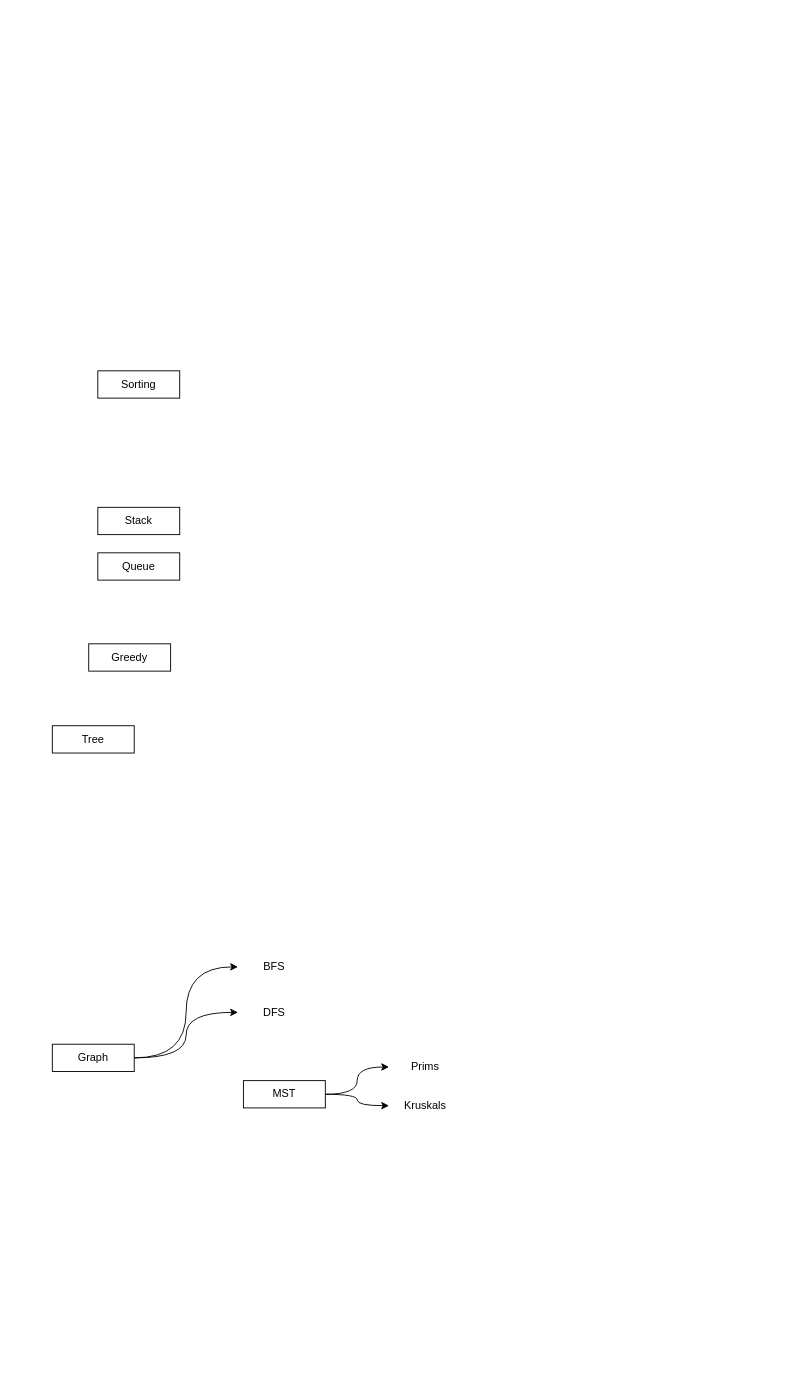
Above: DAA.drawio in haoboliu66/Diagram (draw.io), before the change. Source tidied: cells renumbered, new cells numbered last; positions are measured from the earlier drawing's top-left corner, leaving out a move shared by most shapes. Both pictures are drawn from the tidied source at 91%, with x=0, y=0 at pixel (52, 370).
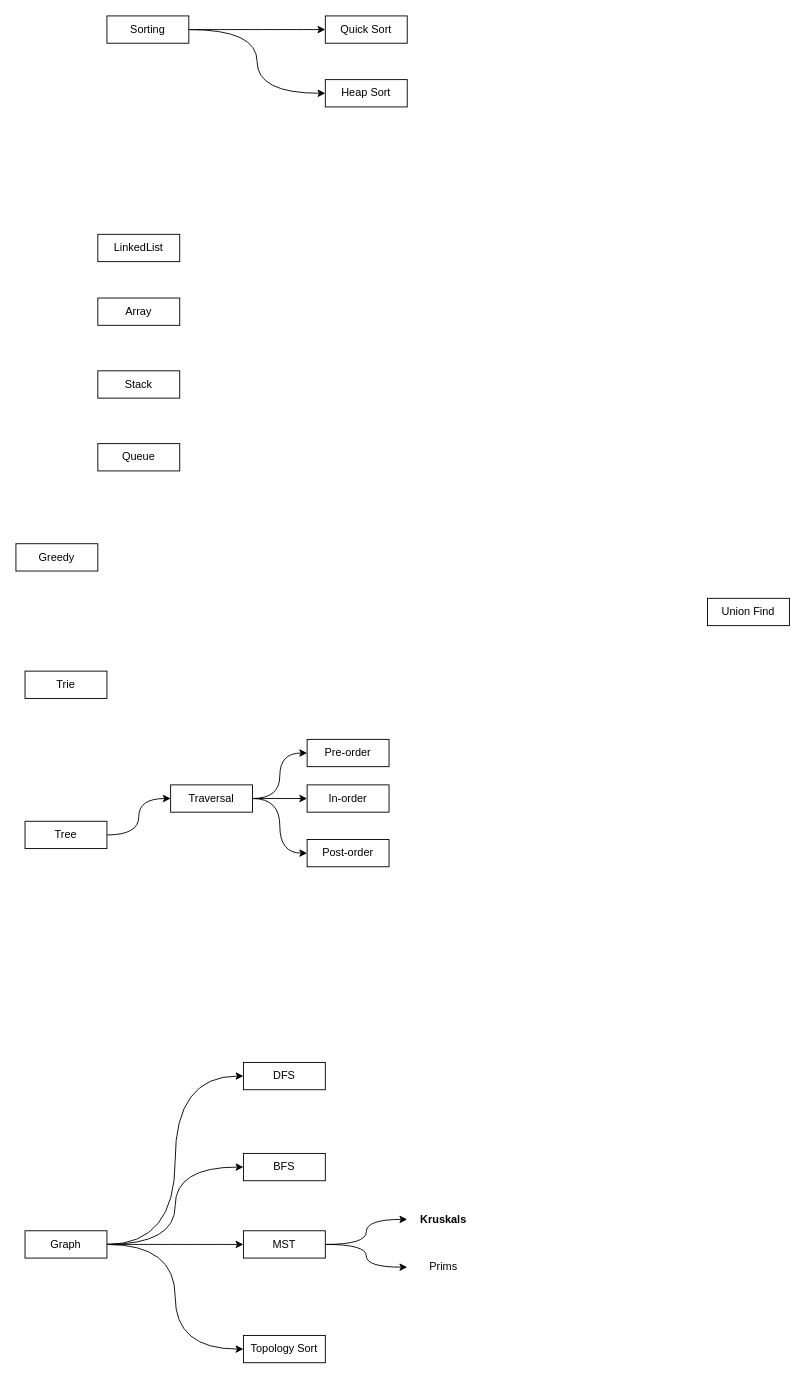
After the change.

Diff of the diagram source:
```diff
@@
+    <mxCell id="17" style="edgeStyle=orthogonalEdgeStyle;rounded=0;jettySize=auto;html=1;entryX=0;entryY=0.5;entryDx=0;entryDy=0;curved=1;" parent="1" edge="1" source="4" target="13">
+      <mxGeometry relative="1" as="geometry" />
+    </mxCell>
+    <mxCell id="3" style="edgeStyle=orthogonalEdgeStyle;shape=connector;curved=1;rounded=0;jettySize=auto;html=1;entryX=0;entryY=0.5;entryDx=0;entryDy=0;strokeColor=default;align=center;verticalAlign=middle;fontFamily=Helvetica;fontSize=11;fontColor=default;labelBackgroundColor=default;endArrow=classic;" parent="1" edge="1" source="4" target="15">
+      <mxGeometry relative="1" as="geometry" />
+    </mxCell>
@@
-    <mxCell id="3" style="edgeStyle=orthogonalEdgeStyle;shape=connector;curved=1;rounded=0;jettySize=auto;html=1;entryX=0;entryY=0.5;entryDx=0;entryDy=0;strokeColor=default;align=center;verticalAlign=middle;fontFamily=Helvetica;fontSize=11;fontColor=default;labelBackgroundColor=default;endArrow=classic;" parent="1" edge="1" source="4" target="15">
-      <mxGeometry relative="1" as="geometry" />
-    </mxCell>
+    <mxCell id="18" style="edgeStyle=orthogonalEdgeStyle;shape=connector;curved=1;rounded=0;jettySize=auto;html=1;entryX=0;entryY=0.5;entryDx=0;entryDy=0;strokeColor=default;align=center;verticalAlign=middle;fontFamily=Helvetica;fontSize=11;fontColor=default;labelBackgroundColor=default;endArrow=classic;" parent="1" edge="1" source="4" target="31">
+      <mxGeometry relative="1" as="geometry" />
+    </mxCell>
     <mxCell id="4" value="Graph" style="rounded=0;whiteSpace=wrap;html=1;" parent="1" vertex="1">
-      <mxGeometry y="740" width="90" height="30" as="geometry" />
+      <mxGeometry x="-30" y="945" width="90" height="30" as="geometry" />
     </mxCell>
     <mxCell id="5" value="Prims" style="text;html=1;align=center;verticalAlign=middle;whiteSpace=wrap;rounded=0;" parent="1" vertex="1">
-      <mxGeometry x="370" y="750" width="80" height="30" as="geometry" />
+      <mxGeometry x="390" y="970" width="80" height="30" as="geometry" />
     </mxCell>
     <mxCell id="6" value="Stack" style="rounded=0;whiteSpace=wrap;html=1;" parent="1" vertex="1">
-      <mxGeometry x="50" y="150" width="90" height="30" as="geometry" />
+      <mxGeometry x="50" width="90" height="30" as="geometry" />
     </mxCell>
     <mxCell id="7" value="Queue" style="rounded=0;whiteSpace=wrap;html=1;" parent="1" vertex="1">
-      <mxGeometry x="50" y="200" width="90" height="30" as="geometry" />
+      <mxGeometry x="50" y="80" width="90" height="30" as="geometry" />
     </mxCell>
+    <mxCell id="19" style="edgeStyle=orthogonalEdgeStyle;shape=connector;curved=1;rounded=0;jettySize=auto;html=1;entryX=0;entryY=0.5;entryDx=0;entryDy=0;strokeColor=default;align=center;verticalAlign=middle;fontFamily=Helvetica;fontSize=11;fontColor=default;labelBackgroundColor=default;endArrow=classic;" parent="1" edge="1" source="8" target="26">
+      <mxGeometry relative="1" as="geometry" />
+    </mxCell>
     <mxCell id="8" value="Tree" style="rounded=0;whiteSpace=wrap;html=1;" parent="1" vertex="1">
-      <mxGeometry y="390" width="90" height="30" as="geometry" />
+      <mxGeometry x="-30" y="495" width="90" height="30" as="geometry" />
     </mxCell>
     <mxCell id="9" value="Greedy" style="rounded=0;whiteSpace=wrap;html=1;" parent="1" vertex="1">
-      <mxGeometry x="40" y="300" width="90" height="30" as="geometry" />
+      <mxGeometry x="-40" y="190" width="90" height="30" as="geometry" />
     </mxCell>
-    <mxCell id="10" value="Kruskals" style="text;html=1;align=center;verticalAlign=middle;whiteSpace=wrap;rounded=0;" parent="1" vertex="1">
-      <mxGeometry x="370" y="795" width="80" height="25" as="geometry" />
+    <mxCell id="10" value="Kruskals" style="text;html=1;align=center;verticalAlign=middle;whiteSpace=wrap;rounded=0;fontStyle=1;" parent="1" vertex="1">
+      <mxGeometry x="390" y="920" width="80" height="25" as="geometry" />
     </mxCell>
@@
     <mxCell id="13" value="MST" style="rounded=0;whiteSpace=wrap;html=1;" parent="1" vertex="1">
-      <mxGeometry x="210" y="780" width="90" height="30" as="geometry" />
+      <mxGeometry x="210" y="945" width="90" height="30" as="geometry" />
     </mxCell>
+    <mxCell id="20" style="edgeStyle=orthogonalEdgeStyle;shape=connector;curved=1;rounded=0;jettySize=auto;html=1;entryX=0;entryY=0.5;entryDx=0;entryDy=0;strokeColor=default;align=center;verticalAlign=middle;fontFamily=Helvetica;fontSize=11;fontColor=default;labelBackgroundColor=default;endArrow=classic;" parent="1" edge="1" source="16" target="30">
+      <mxGeometry relative="1" as="geometry" />
+    </mxCell>
+    <mxCell id="21" style="edgeStyle=orthogonalEdgeStyle;shape=connector;curved=1;rounded=0;jettySize=auto;html=1;strokeColor=default;align=center;verticalAlign=middle;fontFamily=Helvetica;fontSize=11;fontColor=default;labelBackgroundColor=default;endArrow=classic;" parent="1" edge="1" source="16" target="32">
+      <mxGeometry relative="1" as="geometry" />
+    </mxCell>
+    <mxCell id="16" value="Sorting" style="rounded=0;whiteSpace=wrap;html=1;" parent="1" vertex="1">
+      <mxGeometry x="60" y="-390" width="90" height="30" as="geometry" />
+    </mxCell>
+    <mxCell id="22" value="Union Find" style="rounded=0;whiteSpace=wrap;html=1;" parent="1" vertex="1">
+      <mxGeometry x="720" y="250" width="90" height="30" as="geometry" />
+    </mxCell>
+    <mxCell id="23" style="edgeStyle=orthogonalEdgeStyle;rounded=0;jettySize=auto;html=1;entryX=0;entryY=0.5;entryDx=0;entryDy=0;curved=1;" parent="1" edge="1" source="26" target="27">
+      <mxGeometry relative="1" as="geometry" />
+    </mxCell>
+    <mxCell id="24" style="edgeStyle=orthogonalEdgeStyle;rounded=0;jettySize=auto;html=1;" parent="1" edge="1" source="26" target="28">
+      <mxGeometry relative="1" as="geometry" />
+    </mxCell>
+    <mxCell id="25" style="edgeStyle=orthogonalEdgeStyle;rounded=0;jettySize=auto;html=1;entryX=0;entryY=0.5;entryDx=0;entryDy=0;curved=1;" parent="1" edge="1" source="26" target="29">
+      <mxGeometry relative="1" as="geometry" />
+    </mxCell>
+    <mxCell id="26" value="Traversal" style="rounded=0;whiteSpace=wrap;html=1;" parent="1" vertex="1">
+      <mxGeometry x="130" y="455" width="90" height="30" as="geometry" />
+    </mxCell>
+    <mxCell id="27" value="Pre-order" style="rounded=0;whiteSpace=wrap;html=1;" parent="1" vertex="1">
+      <mxGeometry x="280" y="405" width="90" height="30" as="geometry" />
+    </mxCell>
+    <mxCell id="28" value="In-order" style="rounded=0;whiteSpace=wrap;html=1;" parent="1" vertex="1">
+      <mxGeometry x="280" y="455" width="90" height="30" as="geometry" />
+    </mxCell>
+    <mxCell id="29" value="Post-order" style="rounded=0;whiteSpace=wrap;html=1;" parent="1" vertex="1">
+      <mxGeometry x="280" y="515" width="90" height="30" as="geometry" />
+    </mxCell>
+    <mxCell id="30" value="Heap Sort" style="rounded=0;whiteSpace=wrap;html=1;" parent="1" vertex="1">
+      <mxGeometry x="300" y="-320" width="90" height="30" as="geometry" />
+    </mxCell>
+    <mxCell id="15" value="DFS" style="rounded=0;whiteSpace=wrap;html=1;" parent="1" vertex="1">
+      <mxGeometry x="210" y="760" width="90" height="30" as="geometry" />
+    </mxCell>
-    <mxCell id="14" value="BFS" style="text;html=1;align=center;verticalAlign=middle;whiteSpace=wrap;rounded=0;" parent="1" vertex="1">
-      <mxGeometry x="204" y="640" width="80" height="30" as="geometry" />
+    <mxCell id="14" value="BFS" style="rounded=0;whiteSpace=wrap;html=1;" parent="1" vertex="1">
+      <mxGeometry x="210" y="860" width="90" height="30" as="geometry" />
     </mxCell>
-    <mxCell id="15" value="DFS" style="text;html=1;align=center;verticalAlign=middle;whiteSpace=wrap;rounded=0;" parent="1" vertex="1">
-      <mxGeometry x="204" y="690" width="80" height="30" as="geometry" />
-    </mxCell>
-    <mxCell id="16" value="Sorting" style="rounded=0;whiteSpace=wrap;html=1;" parent="1" vertex="1">
-      <mxGeometry x="50" width="90" height="30" as="geometry" />
-    </mxCell>
+    <mxCell id="31" value="Topology Sort" style="rounded=0;whiteSpace=wrap;html=1;" parent="1" vertex="1">
+      <mxGeometry x="210" y="1060" width="90" height="30" as="geometry" />
+    </mxCell>
+    <mxCell id="32" value="Quick Sort" style="rounded=0;whiteSpace=wrap;html=1;" parent="1" vertex="1">
+      <mxGeometry x="300" y="-390" width="90" height="30" as="geometry" />
+    </mxCell>
+    <mxCell id="33" value="LinkedList" style="rounded=0;whiteSpace=wrap;html=1;" parent="1" vertex="1">
+      <mxGeometry x="50" y="-150" width="90" height="30" as="geometry" />
+    </mxCell>
+    <mxCell id="34" value="Array" style="rounded=0;whiteSpace=wrap;html=1;" parent="1" vertex="1">
+      <mxGeometry x="50" y="-80" width="90" height="30" as="geometry" />
+    </mxCell>
+    <mxCell id="35" value="Trie" style="rounded=0;whiteSpace=wrap;html=1;" parent="1" vertex="1">
+      <mxGeometry x="-30" y="330" width="90" height="30" as="geometry" />
+    </mxCell>
```
